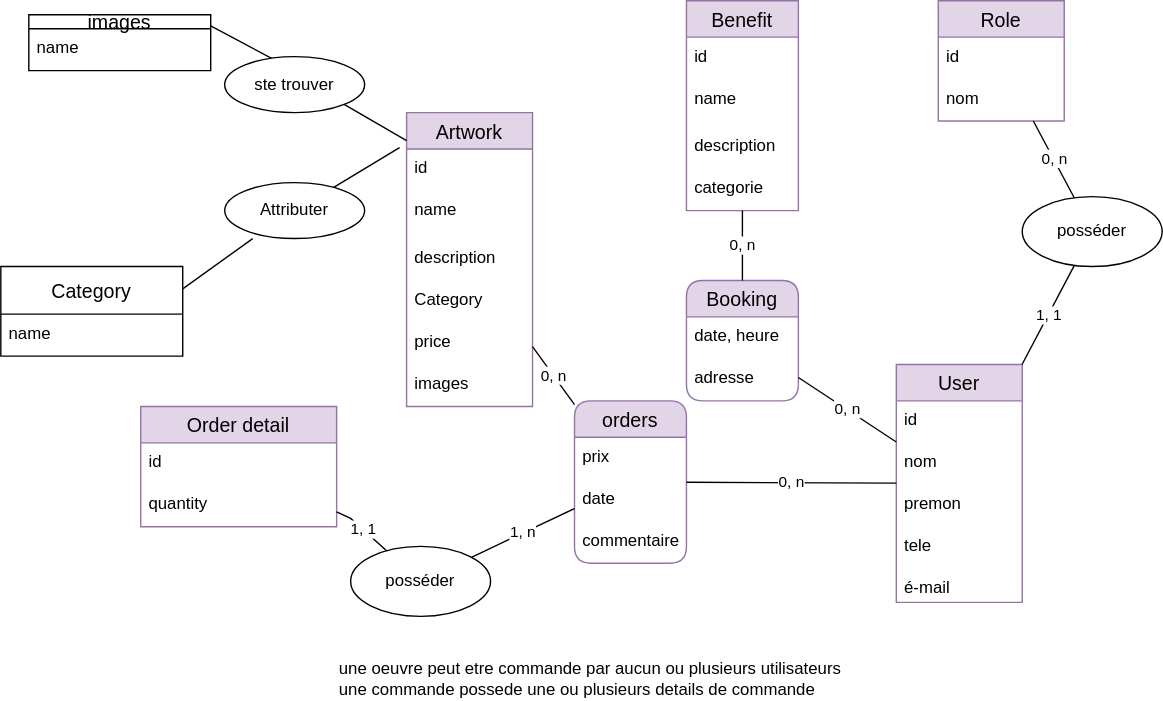
Mabrouka659/madameqalam keeps this draw.io diagram as code/server/merise/projet madameqalame/MCD.calligraphie.drawio.svg. Above is the earlier version. Source tidied: cells renumbered, new cells last; positions are measured from the earlier drawing's top-left corner, leaving out a move shared by most shapes.
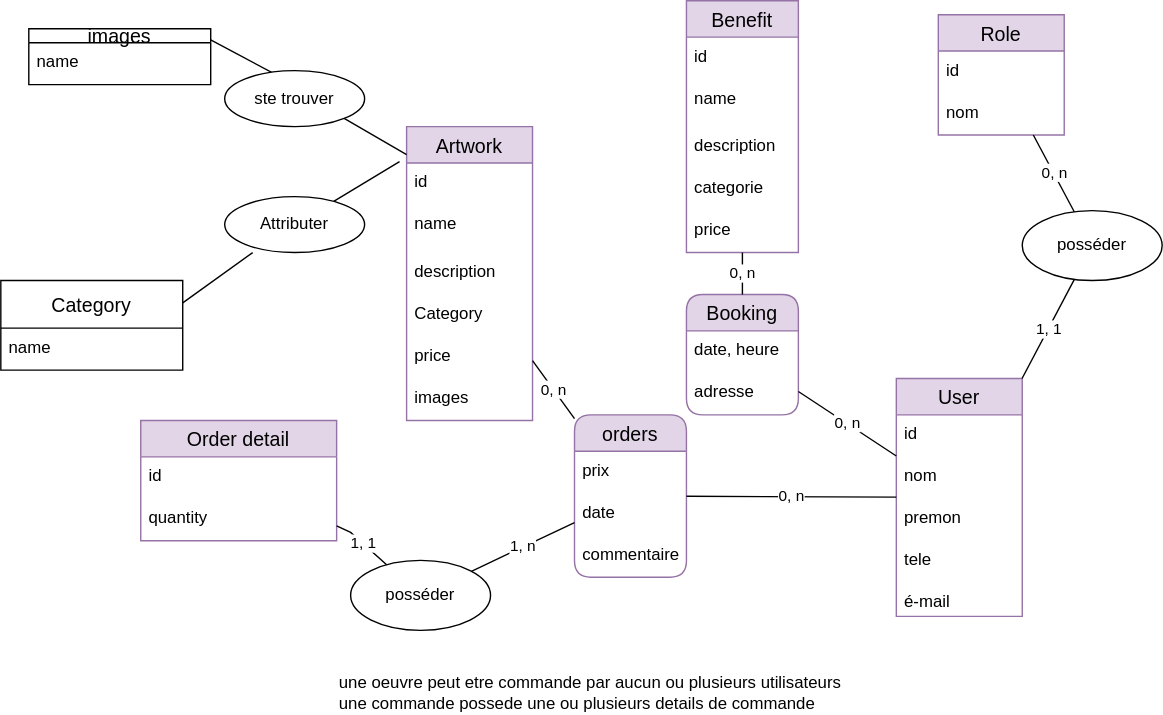
Above is the later version.

What changed in the source:
```diff
@@ -21,7 +21,7 @@
       <mxGeometry y="146" width="90" height="24" as="geometry" />
     </mxCell>
     <mxCell id="8" value="Benefit" style="swimlane;fontStyle=0;horizontal=1;startSize=26;align=center;fontSize=14;fillColor=#e1d5e7;strokeColor=#9673a6;" parent="1" vertex="1">
-      <mxGeometry x="490" width="80" height="150" as="geometry" />
+      <mxGeometry x="490" y="-10" width="80" height="180" as="geometry" />
     </mxCell>
     <mxCell id="9" value="id" style="text;strokeColor=none;fillColor=none;spacingLeft=4;spacingRight=4;overflow=hidden;fontSize=12;" parent="8" vertex="1">
       <mxGeometry y="26" width="80" height="30" as="geometry" />
@@ -35,6 +35,9 @@
     <mxCell id="12" value="categorie" style="text;strokeColor=none;fillColor=none;spacingLeft=4;spacingRight=4;overflow=hidden;fontSize=12;" parent="8" vertex="1">
       <mxGeometry y="120" width="80" height="30" as="geometry" />
     </mxCell>
+    <mxCell id="54" value="price" style="text;strokeColor=none;fillColor=none;spacingLeft=4;spacingRight=4;overflow=hidden;fontSize=12;" parent="8" vertex="1">
+      <mxGeometry y="150" width="80" height="30" as="geometry" />
+    </mxCell>
     <mxCell id="13" value="Artwork" style="swimlane;fontStyle=0;horizontal=1;startSize=26;align=center;fontSize=14;fillColor=#e1d5e7;strokeColor=#9673a6;" parent="1" vertex="1">
       <mxGeometry x="290" y="80" width="90" height="210" as="geometry" />
     </mxCell>
```
